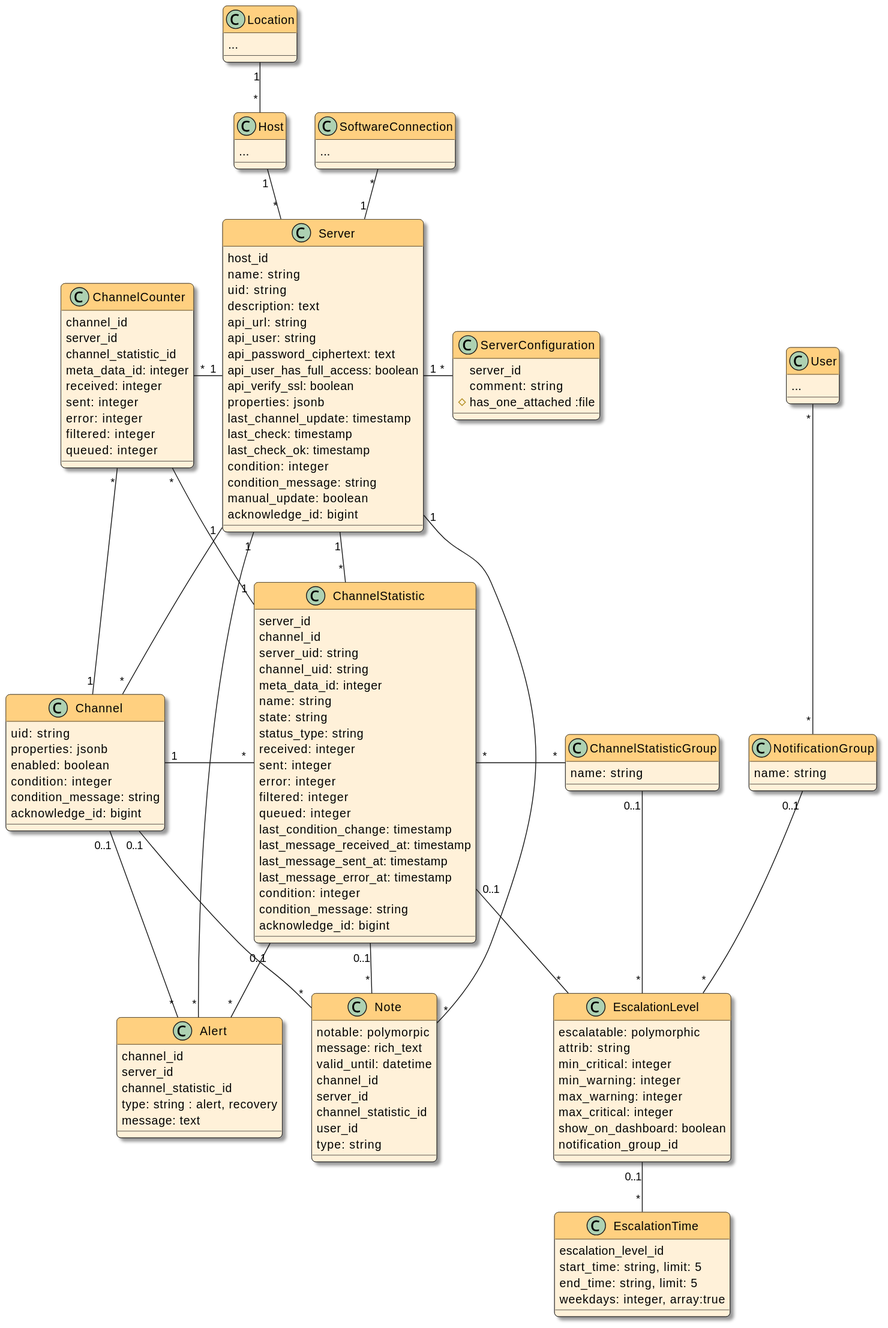
swobspace/mirco keeps this PlantUML diagram as docs/devnotes/_images/models.svg. Above is the earlier version.
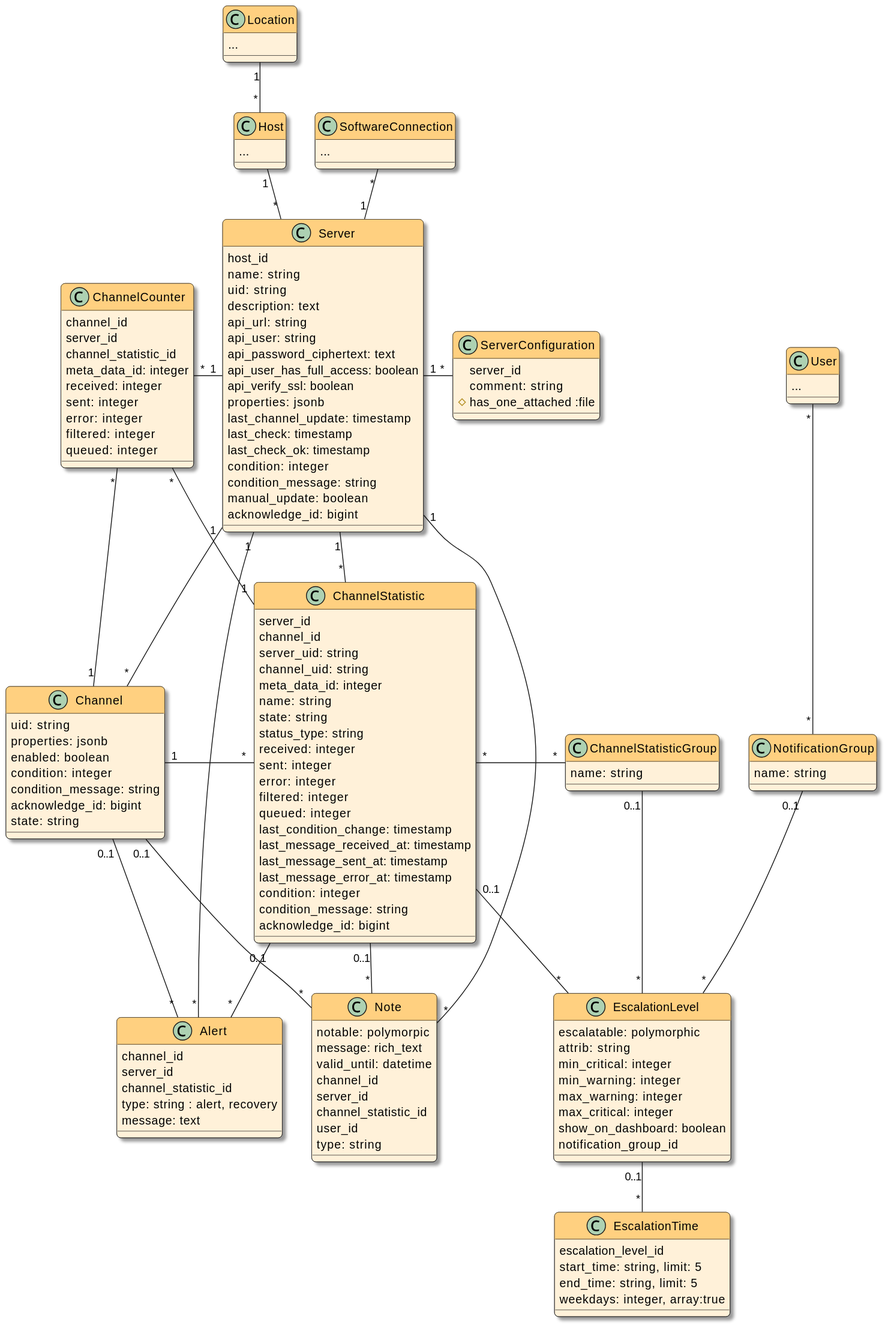
The same file after the commit.

Diff of the diagram source:
```diff
@@ -44,6 +44,7 @@
   condition: integer
   condition_message: string
   acknowledge_id: bigint
+  state: string
 }
 
 class ChannelStatistic {
```
